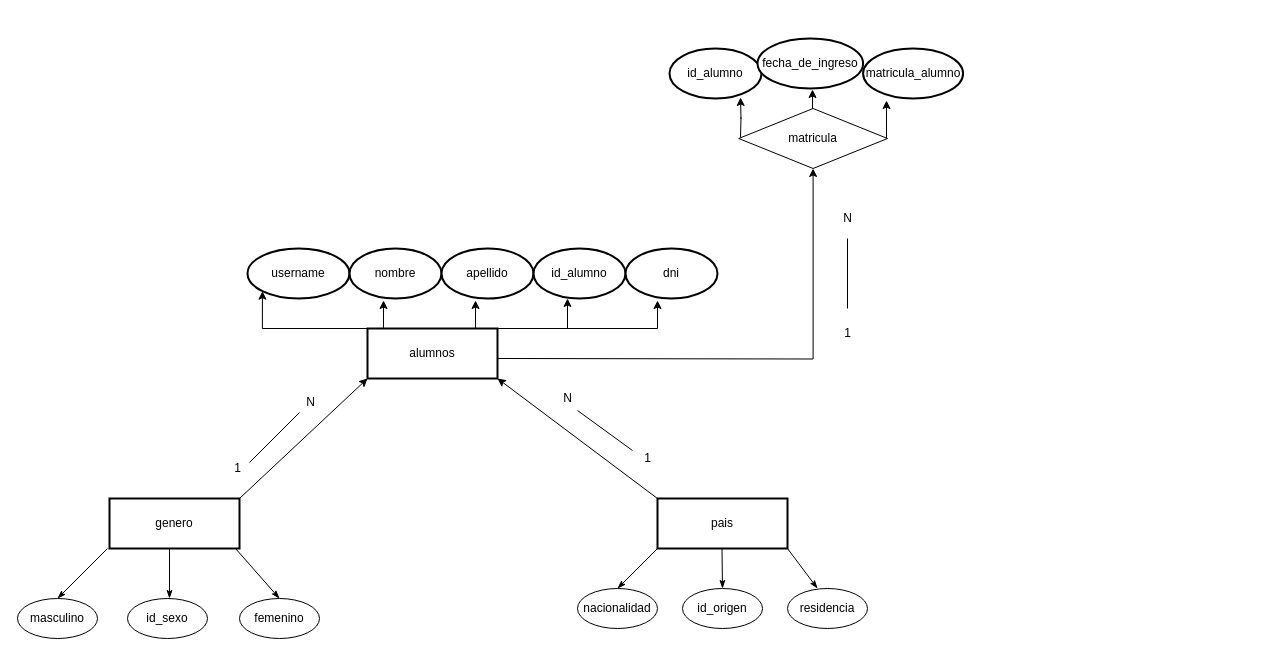
Before: Diagrama sin título.drawio in arcv1337/arcv1337, a draw.io diagram. Source tidied: cells renumbered, new cells numbered last; positions are measured from the earlier drawing's top-left corner, leaving out a move shared by most shapes. Both pictures are drawn from the tidied source at 100%, with x=0, y=0 at pixel (17, 38).
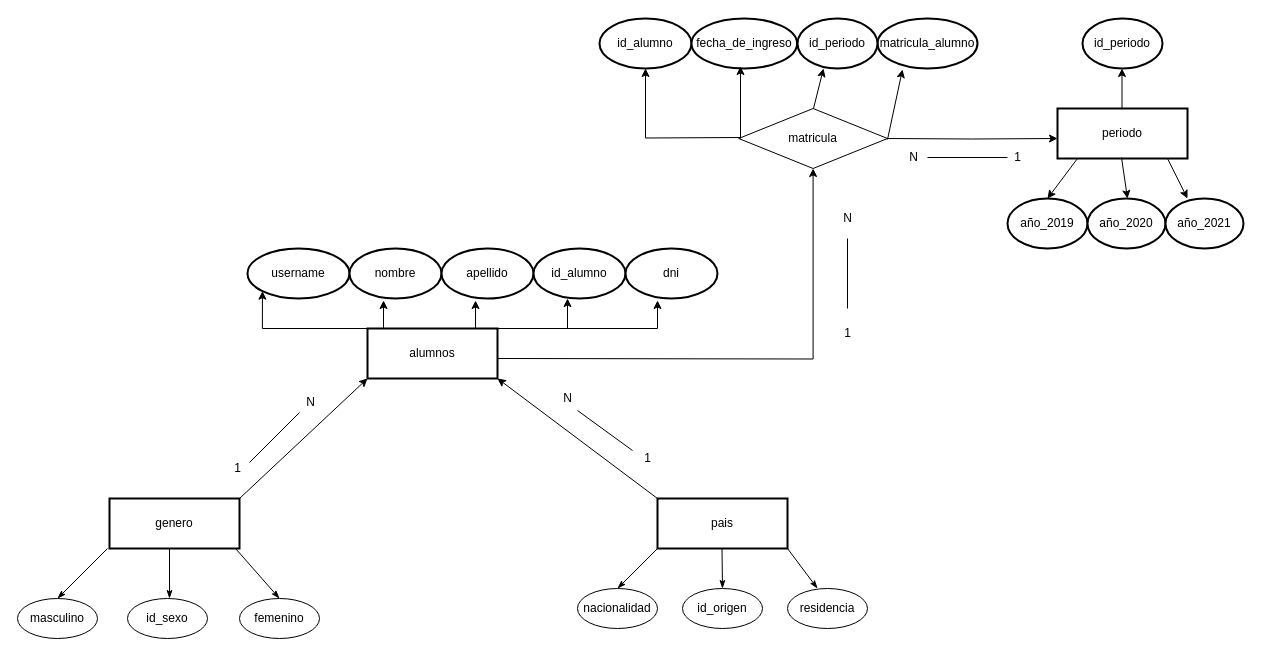
The same page after the edit.

The change refers to these unchanged cells:
```xml
<mxCell id="34" value="matricula" style="rhombus;whiteSpace=wrap;html=1;" parent="1" vertex="1">
  <mxGeometry x="721.2" y="70" width="148.8" height="60" as="geometry" />
</mxCell>
```

The edit, as a diff of the source:
```diff
@@
-<mxGraphModel>
+<mxGraphModel background="#ffffff">
@@
-    <mxCell id="2" style="edgeStyle=orthogonalEdgeStyle;rounded=0;jettySize=auto;html=1;entryX=0.5;entryY=1;entryDx=0;entryDy=0;exitX=1;exitY=0.5;exitDx=0;exitDy=0;" parent="1" edge="1" source="34">
+    <mxCell id="2" style="edgeStyle=orthogonalEdgeStyle;rounded=0;jettySize=auto;html=1;entryX=1;entryY=0.5;entryDx=0;entryDy=0;startArrow=classic;startFill=1;exitX=-0.031;exitY=0.64;exitDx=0;exitDy=0;exitPerimeter=0;endArrow=none;endFill=0;" parent="1" edge="1" target="34">
       <mxGeometry relative="1" as="geometry">
-        <mxPoint x="869" y="62" as="targetPoint" />
+        <mxPoint x="1040" y="100" as="sourcePoint" />
       </mxGeometry>
     </mxCell>
-    <mxCell id="3" style="edgeStyle=orthogonalEdgeStyle;rounded=0;orthogonalLoop=1;jettySize=auto;html=1;exitX=0.5;exitY=0;exitDx=0;exitDy=0;" parent="1" edge="1">
+    <mxCell id="3" style="edgeStyle=orthogonalEdgeStyle;rounded=0;jettySize=auto;html=1;exitX=0.5;exitY=0;exitDx=0;exitDy=0;entryX=0.5;entryY=1;entryDx=0;entryDy=0;" parent="1" edge="1" target="4">
       <mxGeometry relative="1" as="geometry">
         <mxPoint x="723" y="99" as="sourcePoint" />
-        <mxPoint x="723" y="59" as="targetPoint" />
       </mxGeometry>
     </mxCell>
     <mxCell id="4" value="id_alumno" style="ellipse;whiteSpace=wrap;html=1;strokeWidth=2;" parent="1" vertex="1">
-      <mxGeometry x="652" y="10" width="92" height="50" as="geometry" />
+      <mxGeometry x="582" y="-20" width="92" height="50" as="geometry" />
     </mxCell>
@@
     <mxCell id="17" value="matricula_alumno" style="ellipse;whiteSpace=wrap;html=1;strokeWidth=2;" parent="1" vertex="1">
-      <mxGeometry x="845.6" y="10" width="100" height="50" as="geometry" />
+      <mxGeometry x="860" y="-20" width="100" height="50" as="geometry" />
     </mxCell>
@@
-    <mxCell id="32" style="endArrow=classic;html=1;rounded=0;" parent="1" edge="1">
-      <mxGeometry relative="1" as="geometry">
-        <mxPoint x="795" y="89" as="sourcePoint" />
-        <mxPoint x="795" y="51" as="targetPoint" />
-      </mxGeometry>
-    </mxCell>
     <mxCell id="33" value="fecha_de_ingreso" style="ellipse;whiteSpace=wrap;html=1;strokeWidth=2;" parent="1" vertex="1">
-      <mxGeometry x="740" width="105.6" height="50" as="geometry" />
+      <mxGeometry x="674" y="-20" width="105.6" height="50" as="geometry" />
     </mxCell>
@@
+    <mxCell id="46" value="periodo" style="rounded=0;whiteSpace=wrap;html=1;strokeWidth=2;" parent="1" vertex="1">
+      <mxGeometry x="1040" y="70" width="130" height="50" as="geometry" />
+    </mxCell>
+    <mxCell id="47" style="endArrow=classic;html=1;rounded=0;entryX=0.5;entryY=0;entryDx=0;entryDy=0;" parent="1" edge="1" target="48">
+      <mxGeometry relative="1" as="geometry">
+        <mxPoint x="1060" y="120" as="sourcePoint" />
+      </mxGeometry>
+    </mxCell>
+    <mxCell id="48" value="año_2019" style="ellipse;whiteSpace=wrap;html=1;strokeWidth=2;" parent="1" vertex="1">
+      <mxGeometry x="990" y="160" width="80" height="50" as="geometry" />
+    </mxCell>
+    <mxCell id="49" style="endArrow=classic;html=1;rounded=0;" parent="1" edge="1">
+      <mxGeometry relative="1" as="geometry">
+        <mxPoint x="1104" y="119" as="sourcePoint" />
+        <mxPoint x="1110" y="160" as="targetPoint" />
+      </mxGeometry>
+    </mxCell>
+    <mxCell id="50" value="año_2020" style="ellipse;whiteSpace=wrap;html=1;strokeWidth=2;" parent="1" vertex="1">
+      <mxGeometry x="1070" y="160" width="78" height="50" as="geometry" />
+    </mxCell>
+    <mxCell id="51" style="endArrow=classic;html=1;rounded=0;" parent="1" edge="1">
+      <mxGeometry relative="1" as="geometry">
+        <mxPoint x="1150" y="120" as="sourcePoint" />
+        <mxPoint x="1170" y="160" as="targetPoint" />
+      </mxGeometry>
+    </mxCell>
+    <mxCell id="52" value="año_2021" style="ellipse;whiteSpace=wrap;html=1;strokeWidth=2;" parent="1" vertex="1">
+      <mxGeometry x="1148" y="160" width="78" height="50" as="geometry" />
+    </mxCell>
+    <mxCell id="53" style="endArrow=classic;html=1;rounded=0;endFill=1;" parent="1" edge="1">
+      <mxGeometry relative="1" as="geometry">
+        <mxPoint x="1104.5" y="70" as="sourcePoint" />
+        <mxPoint x="1104.5" y="30" as="targetPoint" />
+      </mxGeometry>
+    </mxCell>
+    <mxCell id="54" value="id_periodo" style="ellipse;whiteSpace=wrap;html=1;strokeWidth=2;" parent="1" vertex="1">
+      <mxGeometry x="1065" y="-20" width="80" height="50" as="geometry" />
+    </mxCell>
+    <mxCell id="55" style="endArrow=none;html=1;rounded=0;" parent="1" edge="1">
+      <mxGeometry relative="1" as="geometry">
+        <mxPoint x="910" y="119" as="sourcePoint" />
+        <mxPoint x="990" y="119" as="targetPoint" />
+      </mxGeometry>
+    </mxCell>
+    <mxCell id="56" value="1" style="text;html=1;align=center;verticalAlign=middle;strokeColor=none;fillColor=none;" parent="1" vertex="1">
+      <mxGeometry x="985" y="104" width="30" height="30" as="geometry" />
+    </mxCell>
+    <mxCell id="57" value="N" style="text;html=1;align=center;verticalAlign=middle;strokeColor=none;fillColor=none;" parent="1" vertex="1">
+      <mxGeometry x="880.6" y="104" width="30" height="30" as="geometry" />
+    </mxCell>
+    <mxCell id="58" value="id_periodo" style="ellipse;whiteSpace=wrap;html=1;strokeWidth=2;" parent="1" vertex="1">
+      <mxGeometry x="780" y="-20" width="80" height="50" as="geometry" />
+    </mxCell>
+    <mxCell id="59" style="endArrow=classic;html=1;rounded=0;endFill=1;exitX=0.052;exitY=0.583;exitDx=0;exitDy=0;exitPerimeter=0;" parent="1" edge="1">
+      <mxGeometry relative="1" as="geometry">
+        <mxPoint x="723" y="100" as="sourcePoint" />
+        <mxPoint x="723" y="28" as="targetPoint" />
+      </mxGeometry>
+    </mxCell>
+    <mxCell id="60" style="endArrow=classic;html=1;rounded=0;endFill=1;entryX=0.325;entryY=1;entryDx=0;entryDy=0;entryPerimeter=0;" parent="1" edge="1" target="58">
+      <mxGeometry relative="1" as="geometry">
+        <mxPoint x="796" y="70" as="sourcePoint" />
+      </mxGeometry>
+    </mxCell>
+    <mxCell id="61" style="endArrow=classic;html=1;rounded=0;endFill=1;exitX=0.052;exitY=0.583;exitDx=0;exitDy=0;exitPerimeter=0;entryX=0.25;entryY=1.02;entryDx=0;entryDy=0;entryPerimeter=0;" parent="1" edge="1" target="17">
+      <mxGeometry relative="1" as="geometry">
+        <mxPoint x="870" y="101" as="sourcePoint" />
+      </mxGeometry>
+    </mxCell>
```
